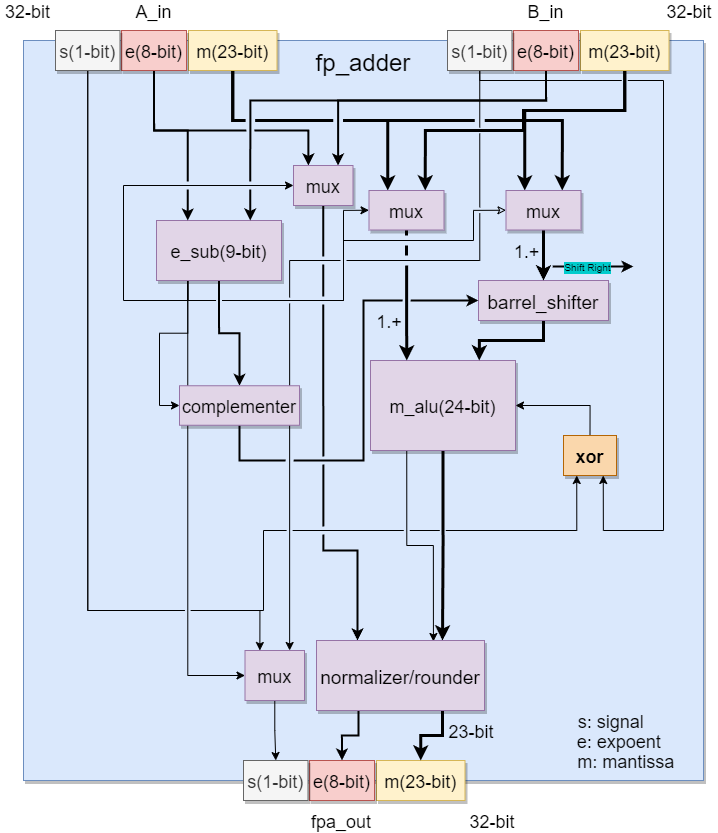
UandersonSilva/floating_point keeps this draw.io diagram as floating_point_adder/fp_adder_structure.png. Above is the earlier version. Source tidied: cells renumbered, new cells last; positions are measured from the earlier drawing's top-left corner, leaving out a move shared by most shapes.
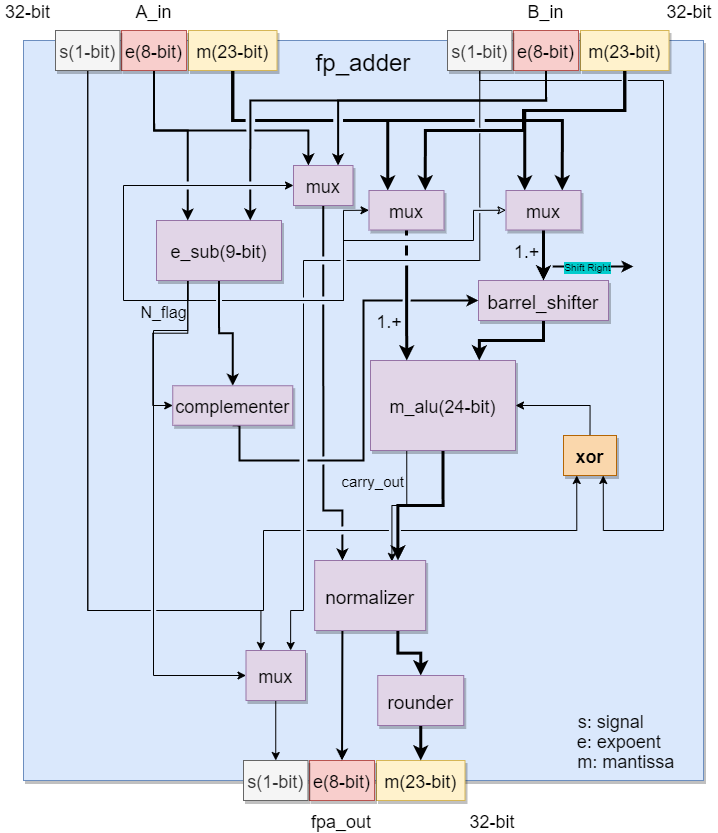
After the change.

Change to the diagram source:
```diff
@@ -18,7 +18,7 @@
       <mxGeometry relative="1" as="geometry" />
     </mxCell>
     <mxCell id="7" value="mux" style="shadow=1;fontSize=18;fillColor=#e1d5e7;strokeColor=#9673a6;" parent="1" vertex="1">
-      <mxGeometry x="244.5" y="650" width="59.5" height="50" as="geometry" />
+      <mxGeometry x="245.5" y="650" width="59.5" height="50" as="geometry" />
     </mxCell>
     <mxCell id="8" value="fp_adder" style="text;strokeColor=none;fillColor=none;align=center;verticalAlign=middle;rounded=0;fontSize=24;" parent="1" vertex="1">
       <mxGeometry x="317.2" y="40" width="91.7" height="40" as="geometry" />
@@ -29,7 +29,9 @@
     <mxCell id="10" style="edgeStyle=orthogonalEdgeStyle;rounded=0;jumpStyle=gap;jettySize=auto;html=1;exitX=0.25;exitY=1;exitDx=0;exitDy=0;entryX=0;entryY=0.5;entryDx=0;entryDy=0;strokeWidth=1;" parent="1" edge="1" source="16" target="7">
       <mxGeometry relative="1" as="geometry">
         <Array as="points">
-          <mxPoint x="187" y="675" />
+          <mxPoint x="187" y="330" />
+          <mxPoint x="153" y="330" />
+          <mxPoint x="153" y="675" />
         </Array>
       </mxGeometry>
     </mxCell>
@@ -131,11 +133,13 @@
     <mxCell id="27" value="e(8-bit)" style="shadow=1;fontSize=18;fillColor=#f8cecc;strokeColor=#b85450;" parent="1" vertex="1">
       <mxGeometry x="513" y="30" width="65" height="40" as="geometry" />
     </mxCell>
-    <mxCell id="28" style="edgeStyle=orthogonalEdgeStyle;rounded=0;jettySize=auto;html=1;exitX=0.5;exitY=1;exitDx=0;exitDy=0;entryX=0.75;entryY=0;entryDx=0;entryDy=0;strokeWidth=1;jumpStyle=gap;" parent="1" edge="1" source="30" target="7">
+    <mxCell id="28" style="edgeStyle=orthogonalEdgeStyle;rounded=0;jettySize=auto;html=1;exitX=0.5;exitY=1;exitDx=0;exitDy=0;strokeWidth=1;jumpStyle=gap;entryX=0.75;entryY=0;entryDx=0;entryDy=0;labelBorderColor=default;" parent="1" edge="1" source="30" target="7">
       <mxGeometry relative="1" as="geometry">
         <Array as="points">
           <mxPoint x="479" y="260" />
-          <mxPoint x="289" y="260" />
+          <mxPoint x="303" y="260" />
+          <mxPoint x="303" y="610" />
+          <mxPoint x="290" y="610" />
         </Array>
       </mxGeometry>
     </mxCell>
@@ -250,9 +254,6 @@
     <mxCell id="52" value="xor" style="shadow=1;fontSize=18;fillColor=#fad7ac;strokeColor=#b46504;fontStyle=1;" parent="1" vertex="1">
       <mxGeometry x="563" y="435" width="53" height="40" as="geometry" />
     </mxCell>
-    <mxCell id="53" value="23-bit" style="text;strokeColor=none;fillColor=none;align=center;verticalAlign=middle;rounded=0;fontSize=18;" parent="1" vertex="1">
-      <mxGeometry x="443.5" y="720" width="55" height="20" as="geometry" />
-    </mxCell>
     <mxCell id="54" style="edgeStyle=orthogonalEdgeStyle;rounded=0;jumpStyle=gap;jettySize=auto;html=1;exitX=0.5;exitY=1;exitDx=0;exitDy=0;strokeWidth=2;entryX=0;entryY=0.5;entryDx=0;entryDy=0;" parent="1" edge="1" source="55" target="21">
       <mxGeometry relative="1" as="geometry">
         <Array as="points">
@@ -263,27 +264,27 @@
       </mxGeometry>
     </mxCell>
     <mxCell id="55" value="complementer" style="shadow=1;fontSize=18;fillColor=#e1d5e7;strokeColor=#9673a6;" parent="1" vertex="1">
-      <mxGeometry x="179" y="385.2" width="120" height="39.5" as="geometry" />
+      <mxGeometry x="172.2" y="385.2" width="120" height="39.5" as="geometry" />
     </mxCell>
-    <mxCell id="56" style="edgeStyle=orthogonalEdgeStyle;rounded=0;jumpStyle=gap;jettySize=auto;html=1;exitX=0.5;exitY=1;exitDx=0;exitDy=0;entryX=0.25;entryY=0;entryDx=0;entryDy=0;strokeWidth=2;" parent="1" edge="1" source="57" target="60">
+    <mxCell id="56" style="edgeStyle=orthogonalEdgeStyle;rounded=0;jumpStyle=gap;jettySize=auto;html=1;exitX=0.5;exitY=1;exitDx=0;exitDy=0;strokeWidth=2;entryX=0.25;entryY=0;entryDx=0;entryDy=0;" parent="1" edge="1" source="57" target="60">
       <mxGeometry relative="1" as="geometry">
         <Array as="points">
-          <mxPoint x="323" y="550" />
-          <mxPoint x="357" y="550" />
+          <mxPoint x="323" y="510" />
+          <mxPoint x="342" y="510" />
         </Array>
       </mxGeometry>
     </mxCell>
     <mxCell id="57" value="mux" style="shadow=1;fontSize=18;fillColor=#e1d5e7;strokeColor=#9673a6;" parent="1" vertex="1">
       <mxGeometry x="293" y="165" width="59.5" height="40" as="geometry" />
     </mxCell>
-    <mxCell id="58" style="edgeStyle=orthogonalEdgeStyle;rounded=0;jumpStyle=gap;jettySize=auto;html=1;exitX=0.75;exitY=1;exitDx=0;exitDy=0;entryX=0.5;entryY=0;entryDx=0;entryDy=0;strokeWidth=3;" parent="1" edge="1" source="60" target="46">
-      <mxGeometry relative="1" as="geometry" />
-    </mxCell>
     <mxCell id="59" style="edgeStyle=orthogonalEdgeStyle;rounded=0;jumpStyle=gap;jettySize=auto;html=1;exitX=0.25;exitY=1;exitDx=0;exitDy=0;entryX=0.5;entryY=0;entryDx=0;entryDy=0;strokeWidth=2;" parent="1" edge="1" source="60" target="47">
       <mxGeometry relative="1" as="geometry" />
     </mxCell>
+    <mxCell id="66" style="edgeStyle=orthogonalEdgeStyle;rounded=0;jettySize=auto;html=1;exitX=0.75;exitY=1;exitDx=0;exitDy=0;entryX=0.5;entryY=0;entryDx=0;entryDy=0;strokeWidth=3;" parent="1" edge="1" source="60" target="68">
+      <mxGeometry relative="1" as="geometry" />
+    </mxCell>
-    <mxCell id="60" value="normalizer/rounder" style="shadow=1;fontSize=19;fillColor=#e1d5e7;strokeColor=#9673a6;" parent="1" vertex="1">
-      <mxGeometry x="316" y="640" width="168" height="70" as="geometry" />
+    <mxCell id="60" value="normalizer" style="shadow=1;fontSize=19;fillColor=#e1d5e7;strokeColor=#9673a6;" parent="1" vertex="1">
+      <mxGeometry x="314.2" y="560" width="111" height="70" as="geometry" />
     </mxCell>
     <mxCell id="61" value="1.+" style="text;strokeColor=none;fillColor=none;align=center;verticalAlign=middle;rounded=0;fontSize=18;" parent="1" vertex="1">
       <mxGeometry x="374" y="310" width="30" height="20" as="geometry" />
@@ -300,5 +301,17 @@
     <mxCell id="65" value="m: mantissa" style="text;strokeColor=none;fillColor=none;align=center;verticalAlign=middle;rounded=0;fontSize=18;" parent="1" vertex="1">
       <mxGeometry x="573" y="750" width="105.5" height="20" as="geometry" />
     </mxCell>
+    <mxCell id="67" style="edgeStyle=orthogonalEdgeStyle;rounded=0;jettySize=auto;html=1;exitX=0.5;exitY=1;exitDx=0;exitDy=0;entryX=0.5;entryY=0;entryDx=0;entryDy=0;endSize=6;strokeWidth=3;" parent="1" edge="1" source="68" target="46">
+      <mxGeometry relative="1" as="geometry" />
+    </mxCell>
+    <mxCell id="68" value="rounder" style="shadow=1;fontSize=19;fillColor=#e1d5e7;strokeColor=#9673a6;" parent="1" vertex="1">
+      <mxGeometry x="377.2" y="675" width="86" height="50" as="geometry" />
+    </mxCell>
+    <mxCell id="69" value="N_flag" style="text;strokeColor=none;fillColor=none;align=center;verticalAlign=middle;rounded=0;fontSize=16;" parent="1" vertex="1">
+      <mxGeometry x="137" y="301" width="53" height="20" as="geometry" />
+    </mxCell>
+    <mxCell id="70" value="carry_out" style="text;strokeColor=none;fillColor=none;align=center;verticalAlign=middle;rounded=0;fontSize=15;" parent="1" vertex="1">
+      <mxGeometry x="341.5" y="470" width="62.5" height="20" as="geometry" />
+    </mxCell>
   </root>
 </mxGraphModel>
```
